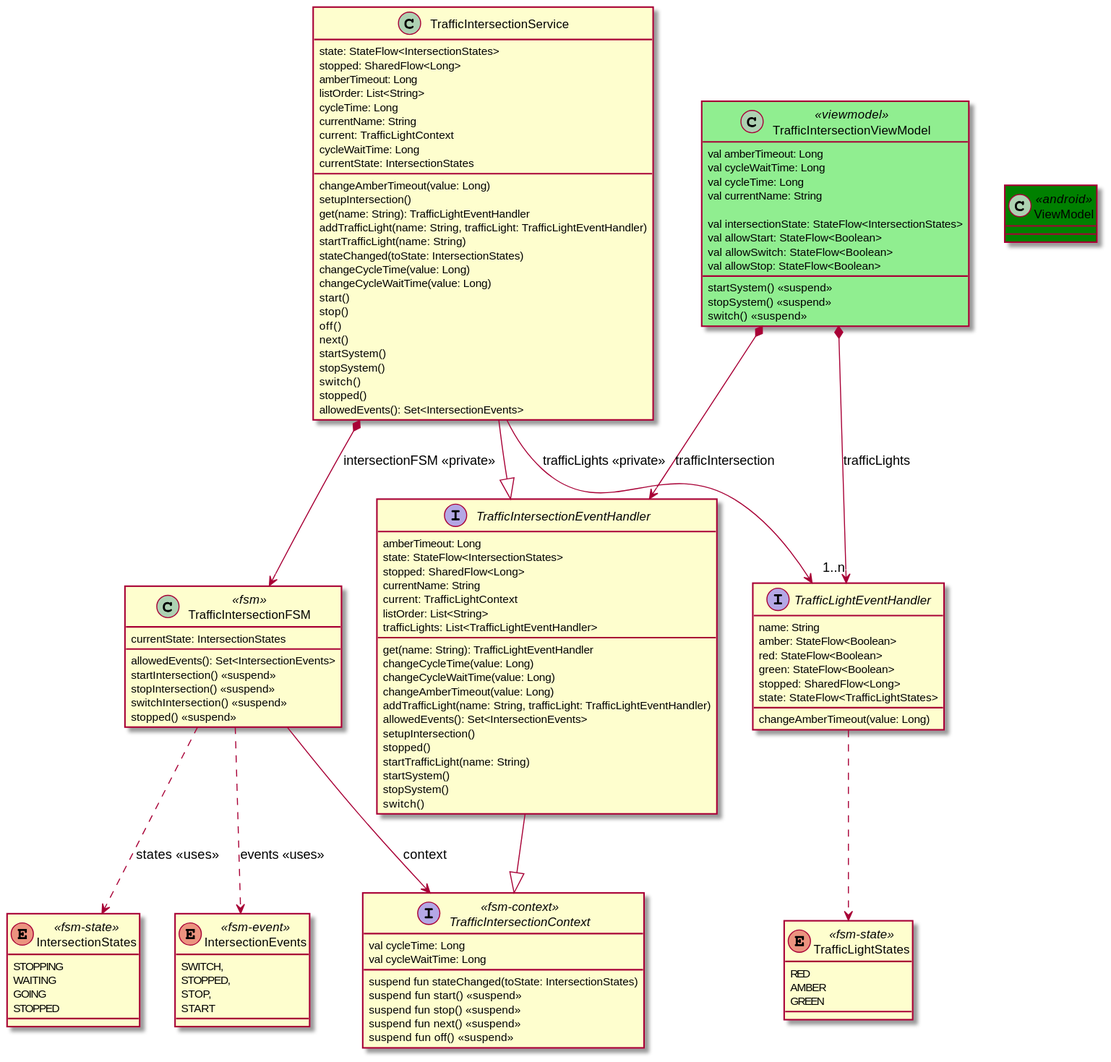
Earlier version of the PlantUML export traffic-intersection-model.svg (open-jumpco/kfsm-mpp-compose-traffic).
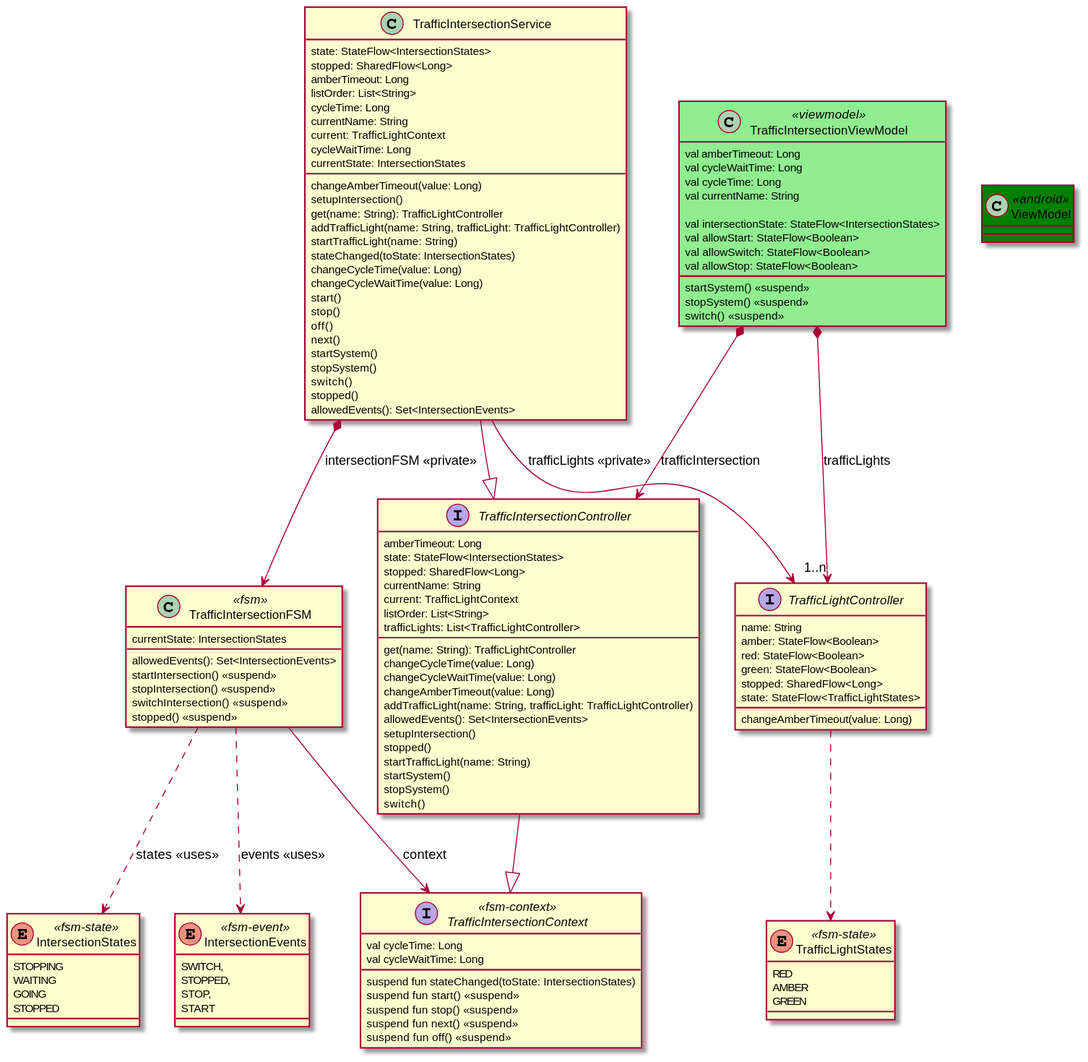
Above is the later version.

Change to the diagram source:
```diff
@@ -6,7 +6,7 @@
     GREEN
 }
 
-interface TrafficLightEventHandler {
+interface TrafficLightController {
     name: String
     amber: StateFlow<Boolean>
     red: StateFlow<Boolean>
@@ -16,7 +16,7 @@
     changeAmberTimeout(value: Long)
 }
 
-TrafficLightEventHandler ..> TrafficLightStates
+TrafficLightController ..> TrafficLightStates
 
 enum IntersectionStates <<fsm-state>> {
     STOPPING
@@ -55,19 +55,19 @@
 TrafficIntersectionFSM ..> IntersectionEvents: events <<uses>>
 TrafficIntersectionFSM ..> IntersectionStates: states <<uses>>
 
-interface TrafficIntersectionEventHandler {
+interface TrafficIntersectionController {
     amberTimeout: Long
     state: StateFlow<IntersectionStates>
     stopped: SharedFlow<Long>
     currentName: String
     current: TrafficLightContext
     listOrder: List<String>
-    trafficLights: List<TrafficLightEventHandler>
-    get(name: String): TrafficLightEventHandler
+    trafficLights: List<TrafficLightController>
+    get(name: String): TrafficLightController
     changeCycleTime(value: Long)
     changeCycleWaitTime(value: Long)
     changeAmberTimeout(value: Long)
-    addTrafficLight(name: String, trafficLight: TrafficLightEventHandler)
+    addTrafficLight(name: String, trafficLight: TrafficLightController)
     allowedEvents(): Set<IntersectionEvents>
     setupIntersection()
     stopped()
@@ -77,7 +77,7 @@
     switch()
 }
 
-TrafficIntersectionEventHandler -|> TrafficIntersectionContext
+TrafficIntersectionController -|> TrafficIntersectionContext
 
 class TrafficIntersectionService {
     state: StateFlow<IntersectionStates>
@@ -91,8 +91,8 @@
         current: TrafficLightContext
         cycleWaitTime: Long
         currentState: IntersectionStates
-    get(name: String): TrafficLightEventHandler
-    addTrafficLight(name: String, trafficLight: TrafficLightEventHandler)
+    get(name: String): TrafficLightController
+    addTrafficLight(name: String, trafficLight: TrafficLightController)
     startTrafficLight(name: String)
     stateChanged(toState: IntersectionStates)
     changeCycleTime(value: Long)
@@ -108,9 +108,9 @@
     allowedEvents(): Set<IntersectionEvents>
 }
 
-TrafficIntersectionService --|> TrafficIntersectionEventHandler
+TrafficIntersectionService --|> TrafficIntersectionController
 TrafficIntersectionService *--> TrafficIntersectionFSM: intersectionFSM <<private>>
-TrafficIntersectionService --> TrafficLightEventHandler: trafficLights <<private>>
+TrafficIntersectionService --> TrafficLightController: trafficLights <<private>>
 
 class TrafficIntersectionViewModel <<viewmodel>> #lightgreen {
     val amberTimeout: Long
@@ -128,8 +128,8 @@
     switch() <<suspend>>
 }
 
-TrafficIntersectionViewModel *--> "1..n" TrafficLightEventHandler: trafficLights
-TrafficIntersectionViewModel *--> TrafficIntersectionEventHandler: trafficIntersection
+TrafficIntersectionViewModel *--> "1..n" TrafficLightController: trafficLights
+TrafficIntersectionViewModel *--> TrafficIntersectionController: trafficIntersection
 
 class ViewModel <<android>> #green {
 }
```
